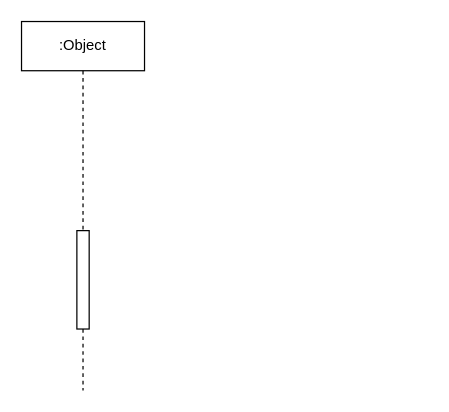
Above: 企业微信接入流程.drawio in didengren/mind-map (draw.io), before the change. Source tidied: cells renumbered, new cells numbered last; positions are measured from the earlier drawing's top-left corner, leaving out a move shared by most shapes. Both pictures are drawn from the tidied source at 123%, with x=0, y=0 at pixel (21, 21).
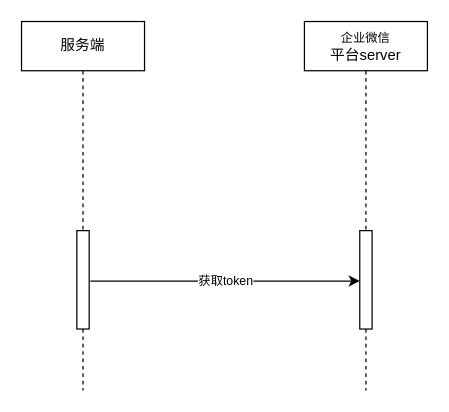
After the change.

Commit message:
更新企业微信接入流程.drawio

What changed in the source:
```diff
@@
 <mxGraphModel>
   <root>
     <mxCell id="0" />
     <mxCell id="1" parent="0" />
-    <mxCell id="2" value=":Object" style="shape=umlLifeline;perimeter=lifelinePerimeter;whiteSpace=wrap;html=1;" parent="1" vertex="1">
+    <mxCell id="2" value="服务端" style="shape=umlLifeline;perimeter=lifelinePerimeter;whiteSpace=wrap;html=1;" parent="1" vertex="1">
       <mxGeometry width="100" height="300" as="geometry" />
     </mxCell>
     <mxCell id="3" style="html=1;points=[];perimeter=orthogonalPerimeter;" parent="1" vertex="1">
       <mxGeometry x="45" y="170" width="10" height="80" as="geometry" />
     </mxCell>
+    <mxCell id="4" value="&lt;font style=&quot;font-size: 10px&quot;&gt;企业微信&lt;/font&gt;&lt;br&gt;平台server" style="shape=umlLifeline;perimeter=lifelinePerimeter;whiteSpace=wrap;html=1;" parent="1" vertex="1">
+      <mxGeometry x="230" width="100" height="300" as="geometry" />
+    </mxCell>
+    <mxCell id="5" style="html=1;perimeter=orthogonalPerimeter;" parent="4" vertex="1">
+      <mxGeometry x="45" y="170" width="10" height="80" as="geometry" />
+    </mxCell>
+    <mxCell id="6" value="获取token" style="endArrow=classic;html=1;rounded=0;fontSize=10;exitX=1.1;exitY=0.513;exitDx=0;exitDy=0;exitPerimeter=0;" parent="1" edge="1" source="3">
+      <mxGeometry relative="1" as="geometry">
+        <mxPoint x="275" y="211" as="targetPoint" />
+      </mxGeometry>
+    </mxCell>
   </root>
 </mxGraphModel>
```
